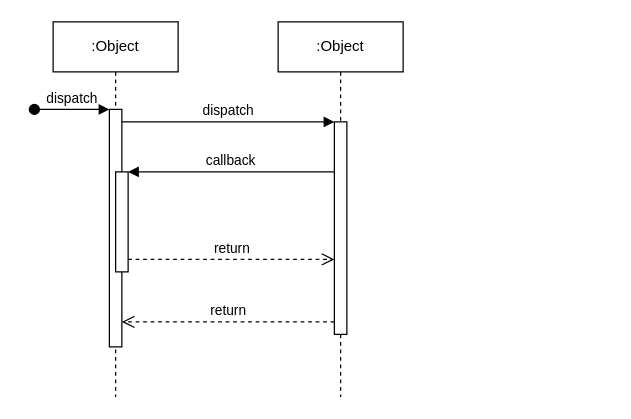
Above: page "Page-1" (1 of 3) of KB 3기 2반 5조.drawio in C0012S/SoBe-it (draw.io), before the change. Source tidied: cells renumbered, new cells numbered last; positions are measured from the earlier drawing's top-left corner, leaving out a move shared by most shapes. Both pictures are drawn from the tidied source at 125%, with x=0, y=0 at pixel (34, 21).
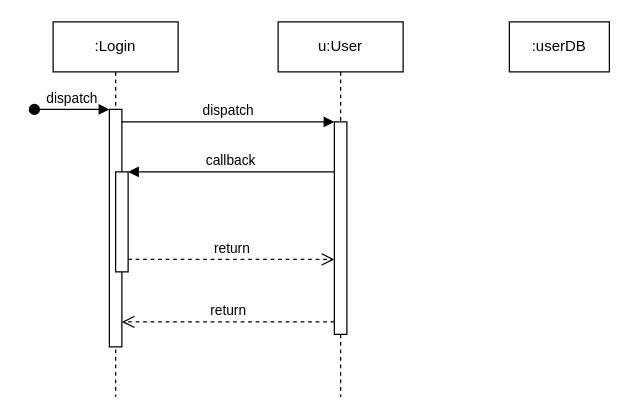
The same page after the edit.

Commit message:
KB 3기 2반 5조.drawio 업데이트

Change to the diagram source:
```diff
@@
 <mxGraphModel>
   <root>
     <mxCell id="0" />
     <mxCell id="1" parent="0" />
-    <mxCell id="2" value=":Object" style="shape=umlLifeline;perimeter=lifelinePerimeter;whiteSpace=wrap;html=1;newEdgeStyle={&quot;edgeStyle&quot;:&quot;elbowEdgeStyle&quot;,&quot;elbow&quot;:&quot;vertical&quot;,&quot;curved&quot;:0,&quot;rounded&quot;:0};" parent="1" vertex="1">
+    <mxCell id="2" value=":Login" style="shape=umlLifeline;perimeter=lifelinePerimeter;whiteSpace=wrap;html=1;newEdgeStyle={&quot;edgeStyle&quot;:&quot;elbowEdgeStyle&quot;,&quot;elbow&quot;:&quot;vertical&quot;,&quot;curved&quot;:0,&quot;rounded&quot;:0};" parent="1" vertex="1">
       <mxGeometry x="15" width="100" height="300" as="geometry" />
     </mxCell>
     <mxCell id="3" style="html=1;points=[];perimeter=orthogonalPerimeter;outlineConnect=0;targetShapes=umlLifeline;portConstraint=eastwest;newEdgeStyle={&quot;edgeStyle&quot;:&quot;elbowEdgeStyle&quot;,&quot;elbow&quot;:&quot;vertical&quot;,&quot;curved&quot;:0,&quot;rounded&quot;:0};" parent="2" vertex="1">
       <mxGeometry x="45" y="70" width="10" height="190" as="geometry" />
     </mxCell>
     <mxCell id="4" value="dispatch" style="html=1;verticalAlign=bottom;startArrow=oval;endArrow=block;startSize=8;edgeStyle=elbowEdgeStyle;elbow=vertical;curved=0;rounded=0;" parent="2" edge="1" target="3">
       <mxGeometry relative="1" as="geometry">
         <mxPoint x="-15" y="70" as="sourcePoint" />
       </mxGeometry>
     </mxCell>
     <mxCell id="5" style="html=1;points=[];perimeter=orthogonalPerimeter;outlineConnect=0;targetShapes=umlLifeline;portConstraint=eastwest;newEdgeStyle={&quot;edgeStyle&quot;:&quot;elbowEdgeStyle&quot;,&quot;elbow&quot;:&quot;vertical&quot;,&quot;curved&quot;:0,&quot;rounded&quot;:0};" parent="2" vertex="1">
       <mxGeometry x="50" y="120" width="10" height="80" as="geometry" />
     </mxCell>
-    <mxCell id="6" value=":Object" style="shape=umlLifeline;perimeter=lifelinePerimeter;whiteSpace=wrap;html=1;newEdgeStyle={&quot;edgeStyle&quot;:&quot;elbowEdgeStyle&quot;,&quot;elbow&quot;:&quot;vertical&quot;,&quot;curved&quot;:0,&quot;rounded&quot;:0};" parent="1" vertex="1">
+    <mxCell id="6" value="u:User" style="shape=umlLifeline;perimeter=lifelinePerimeter;whiteSpace=wrap;html=1;newEdgeStyle={&quot;edgeStyle&quot;:&quot;elbowEdgeStyle&quot;,&quot;elbow&quot;:&quot;vertical&quot;,&quot;curved&quot;:0,&quot;rounded&quot;:0};" parent="1" vertex="1">
       <mxGeometry x="195" width="100" height="300" as="geometry" />
     </mxCell>
     <mxCell id="7" style="html=1;points=[];perimeter=orthogonalPerimeter;outlineConnect=0;targetShapes=umlLifeline;portConstraint=eastwest;newEdgeStyle={&quot;edgeStyle&quot;:&quot;elbowEdgeStyle&quot;,&quot;elbow&quot;:&quot;vertical&quot;,&quot;curved&quot;:0,&quot;rounded&quot;:0};" parent="6" vertex="1">
       <mxGeometry x="45" y="80" width="10" height="170" as="geometry" />
     </mxCell>
     <mxCell id="8" value="dispatch" style="html=1;verticalAlign=bottom;endArrow=block;edgeStyle=elbowEdgeStyle;elbow=vertical;curved=0;rounded=0;" parent="1" edge="1" source="3" target="7">
       <mxGeometry relative="1" as="geometry">
         <Array as="points">
           <mxPoint x="155" y="80" />
         </Array>
       </mxGeometry>
     </mxCell>
     <mxCell id="9" value="return" style="html=1;verticalAlign=bottom;endArrow=open;dashed=1;endSize=8;edgeStyle=elbowEdgeStyle;elbow=vertical;curved=0;rounded=0;" parent="1" edge="1" source="7" target="3">
       <mxGeometry relative="1" as="geometry">
         <Array as="points">
           <mxPoint x="165" y="240" />
         </Array>
       </mxGeometry>
     </mxCell>
     <mxCell id="10" value="callback" style="html=1;verticalAlign=bottom;endArrow=block;edgeStyle=elbowEdgeStyle;elbow=vertical;curved=0;rounded=0;" parent="1" edge="1" source="7" target="5">
       <mxGeometry relative="1" as="geometry">
         <Array as="points">
           <mxPoint x="165" y="120" />
         </Array>
       </mxGeometry>
     </mxCell>
     <mxCell id="11" value="return" style="html=1;verticalAlign=bottom;endArrow=open;dashed=1;endSize=8;edgeStyle=elbowEdgeStyle;elbow=vertical;curved=0;rounded=0;" parent="1" edge="1" source="5" target="7">
       <mxGeometry relative="1" as="geometry">
         <Array as="points">
           <mxPoint x="155" y="190" />
         </Array>
       </mxGeometry>
     </mxCell>
+    <mxCell id="12" value=":userDB" style="rounded=0;whiteSpace=wrap;html=1;" parent="1" vertex="1">
+      <mxGeometry x="380" width="80" height="40" as="geometry" />
+    </mxCell>
   </root>
 </mxGraphModel>
```
